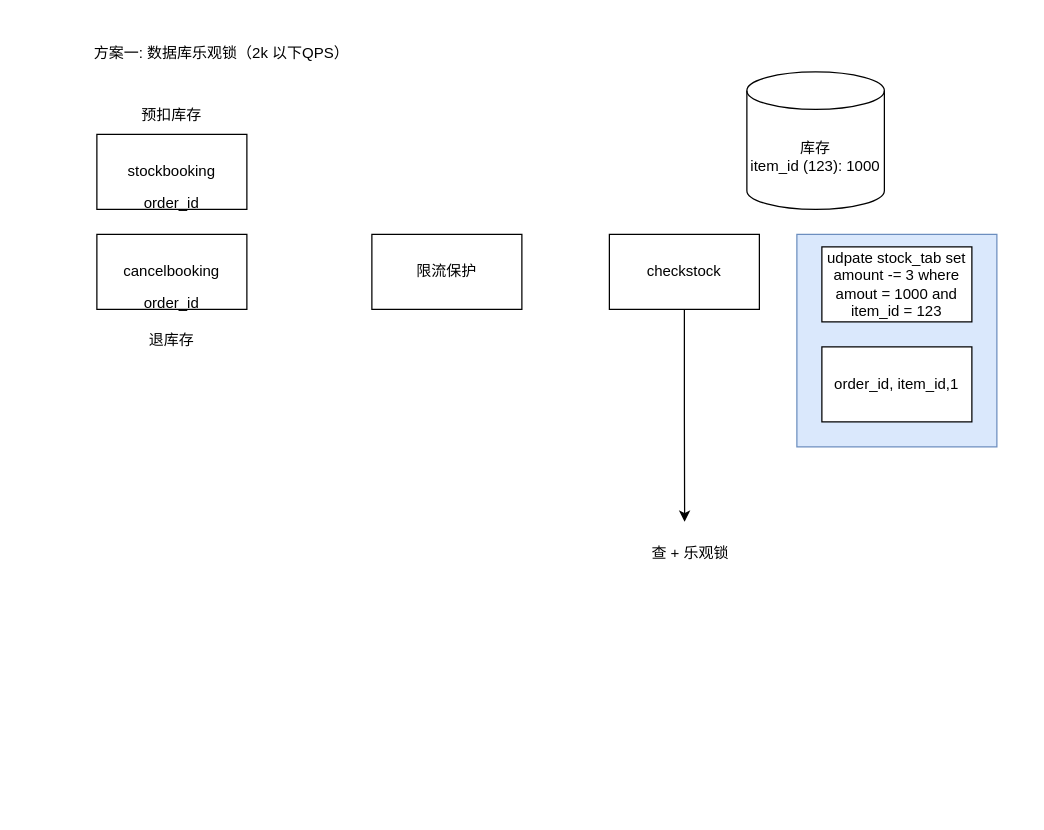
wxquare/wxquare.github.io keeps this draw.io diagram as page "第 9 页" (9 of 9) of source/diagrams/hotel.drawio. Above is the earlier version. Source tidied: cells renumbered, new cells numbered last; positions are measured from the earlier drawing's top-left corner, leaving out a move shared by most shapes. Both pictures are drawn from the tidied source at 125%, with x=0, y=0 at pixel (84, 34).
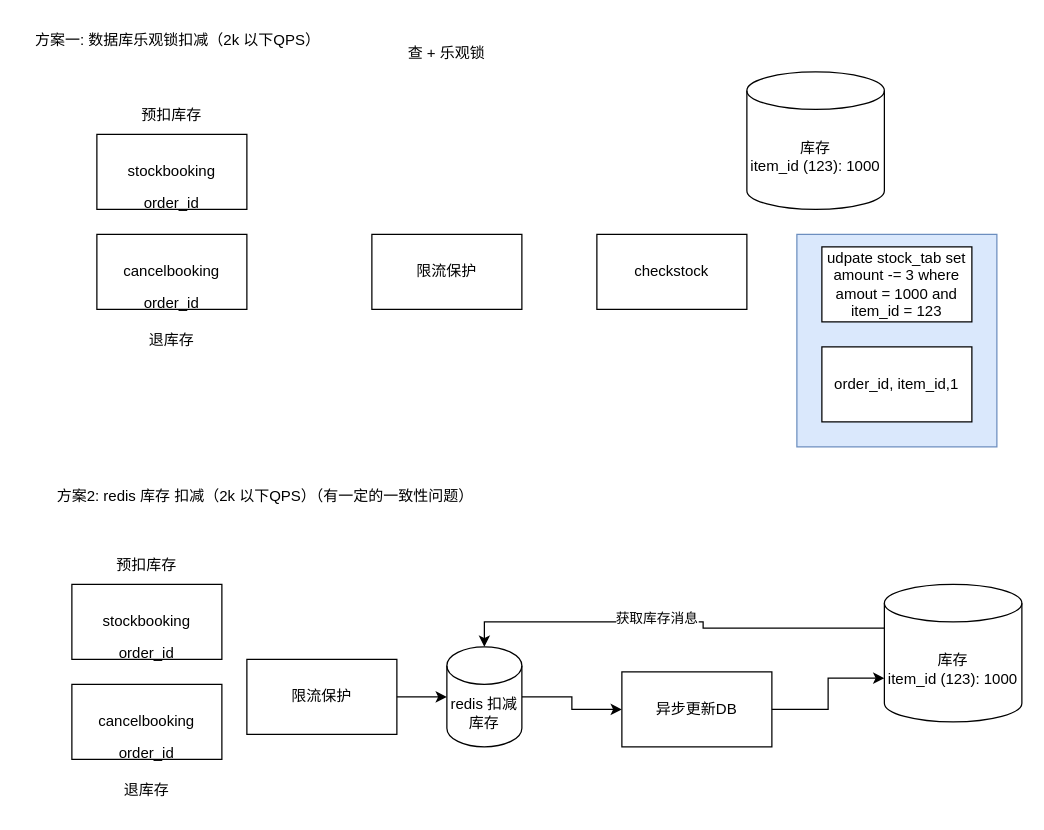
The same page after the edit.

The edit, as a diff of the source:
```diff
@@
-    <mxCell id="9" style="edgeStyle=orthogonalEdgeStyle;rounded=0;jettySize=auto;html=1;exitX=0.5;exitY=1;exitDx=0;exitDy=0;" parent="1" edge="1" source="10">
-      <mxGeometry relative="1" as="geometry">
-        <mxPoint x="480.2" y="390" as="targetPoint" />
-      </mxGeometry>
-    </mxCell>
     <mxCell id="10" value="checkstock" style="rounded=0;whiteSpace=wrap;html=1;" parent="1" vertex="1">
-      <mxGeometry x="420" y="160" width="120" height="60" as="geometry" />
+      <mxGeometry x="410" y="160" width="120" height="60" as="geometry" />
     </mxCell>
@@
     <mxCell id="12" value="查 + 乐观锁" style="text;html=1;align=center;verticalAlign=middle;whiteSpace=wrap;rounded=0;" parent="1" vertex="1">
-      <mxGeometry x="440" y="400" width="90" height="30" as="geometry" />
+      <mxGeometry x="245" width="90" height="30" as="geometry" />
     </mxCell>
-    <mxCell id="13" value="方案一: 数据库乐观锁（2k 以下QPS）" style="text;html=1;align=center;verticalAlign=middle;whiteSpace=wrap;rounded=0;" parent="1" vertex="1">
-      <mxGeometry width="220" height="30" as="geometry" />
+    <mxCell id="13" value="方案一: 数据库乐观锁扣减（2k 以下QPS）" style="text;html=1;align=center;verticalAlign=middle;whiteSpace=wrap;rounded=0;" parent="1" vertex="1">
+      <mxGeometry x="-50" y="-10" width="250" height="30" as="geometry" />
     </mxCell>
@@
+    <mxCell id="17" value="库存&lt;div&gt;item_id (123): 1000&lt;/div&gt;" style="shape=cylinder3;whiteSpace=wrap;html=1;boundedLbl=1;backgroundOutline=1;size=15;" parent="1" vertex="1">
+      <mxGeometry x="640" y="440" width="110" height="110" as="geometry" />
+    </mxCell>
+    <mxCell id="18" value="stockbooking" style="rounded=0;whiteSpace=wrap;html=1;" parent="1" vertex="1">
+      <mxGeometry x="-10" y="440" width="120" height="60" as="geometry" />
+    </mxCell>
+    <mxCell id="19" value="cancelbooking" style="rounded=0;whiteSpace=wrap;html=1;" parent="1" vertex="1">
+      <mxGeometry x="-10" y="520" width="120" height="60" as="geometry" />
+    </mxCell>
+    <mxCell id="20" value="order_id" style="text;html=1;align=center;verticalAlign=middle;whiteSpace=wrap;rounded=0;" parent="1" vertex="1">
+      <mxGeometry x="20" y="480" width="60" height="30" as="geometry" />
+    </mxCell>
+    <mxCell id="21" value="order_id" style="text;html=1;align=center;verticalAlign=middle;whiteSpace=wrap;rounded=0;" parent="1" vertex="1">
+      <mxGeometry x="20" y="560" width="60" height="30" as="geometry" />
+    </mxCell>
+    <mxCell id="22" value="限流保护" style="rounded=0;whiteSpace=wrap;html=1;" parent="1" vertex="1">
+      <mxGeometry x="130" y="500" width="120" height="60" as="geometry" />
+    </mxCell>
+    <mxCell id="23" value="预扣库存" style="text;html=1;align=center;verticalAlign=middle;whiteSpace=wrap;rounded=0;" parent="1" vertex="1">
+      <mxGeometry x="20" y="410" width="60" height="30" as="geometry" />
+    </mxCell>
+    <mxCell id="24" value="退库存" style="text;html=1;align=center;verticalAlign=middle;whiteSpace=wrap;rounded=0;" parent="1" vertex="1">
+      <mxGeometry x="20" y="590" width="60" height="30" as="geometry" />
+    </mxCell>
+    <mxCell id="25" style="edgeStyle=orthogonalEdgeStyle;rounded=0;jettySize=auto;html=1;exitX=1;exitY=0.5;exitDx=0;exitDy=0;exitPerimeter=0;entryX=0;entryY=0.5;entryDx=0;entryDy=0;" parent="1" edge="1" source="26" target="27">
+      <mxGeometry relative="1" as="geometry" />
+    </mxCell>
+    <mxCell id="26" value="redis 扣减库存" style="shape=cylinder3;whiteSpace=wrap;html=1;boundedLbl=1;backgroundOutline=1;size=15;" parent="1" vertex="1">
+      <mxGeometry x="290" y="490" width="60" height="80" as="geometry" />
+    </mxCell>
+    <mxCell id="27" value="异步更新DB" style="rounded=0;whiteSpace=wrap;html=1;" parent="1" vertex="1">
+      <mxGeometry x="430" y="510" width="120" height="60" as="geometry" />
+    </mxCell>
+    <mxCell id="28" style="edgeStyle=orthogonalEdgeStyle;rounded=0;jettySize=auto;html=1;exitX=1;exitY=0.5;exitDx=0;exitDy=0;entryX=0;entryY=0;entryDx=0;entryDy=75;entryPerimeter=0;" parent="1" edge="1" source="27" target="17">
+      <mxGeometry relative="1" as="geometry" />
+    </mxCell>
+    <mxCell id="29" style="edgeStyle=orthogonalEdgeStyle;rounded=0;jettySize=auto;html=1;exitX=0;exitY=0;exitDx=0;exitDy=35;exitPerimeter=0;entryX=0.5;entryY=0;entryDx=0;entryDy=0;entryPerimeter=0;" parent="1" edge="1" source="17" target="26">
+      <mxGeometry relative="1" as="geometry" />
+    </mxCell>
+    <mxCell id="30" value="获取库存消息" style="edgeLabel;html=1;align=center;verticalAlign=middle;" parent="29" vertex="1">
+      <mxGeometry x="0.09" y="-4" relative="1" as="geometry" />
+    </mxCell>
+    <mxCell id="31" style="edgeStyle=orthogonalEdgeStyle;rounded=0;jettySize=auto;html=1;exitX=1;exitY=0.5;exitDx=0;exitDy=0;entryX=0;entryY=0.5;entryDx=0;entryDy=0;entryPerimeter=0;" parent="1" edge="1" source="22" target="26">
+      <mxGeometry relative="1" as="geometry" />
+    </mxCell>
+    <mxCell id="32" value="方案2: redis 库存 扣减（2k 以下QPS）（有一定的一致性问题）" style="text;html=1;align=center;verticalAlign=middle;whiteSpace=wrap;rounded=0;" parent="1" vertex="1">
+      <mxGeometry x="-50" y="350" width="390" height="40" as="geometry" />
+    </mxCell>
```
